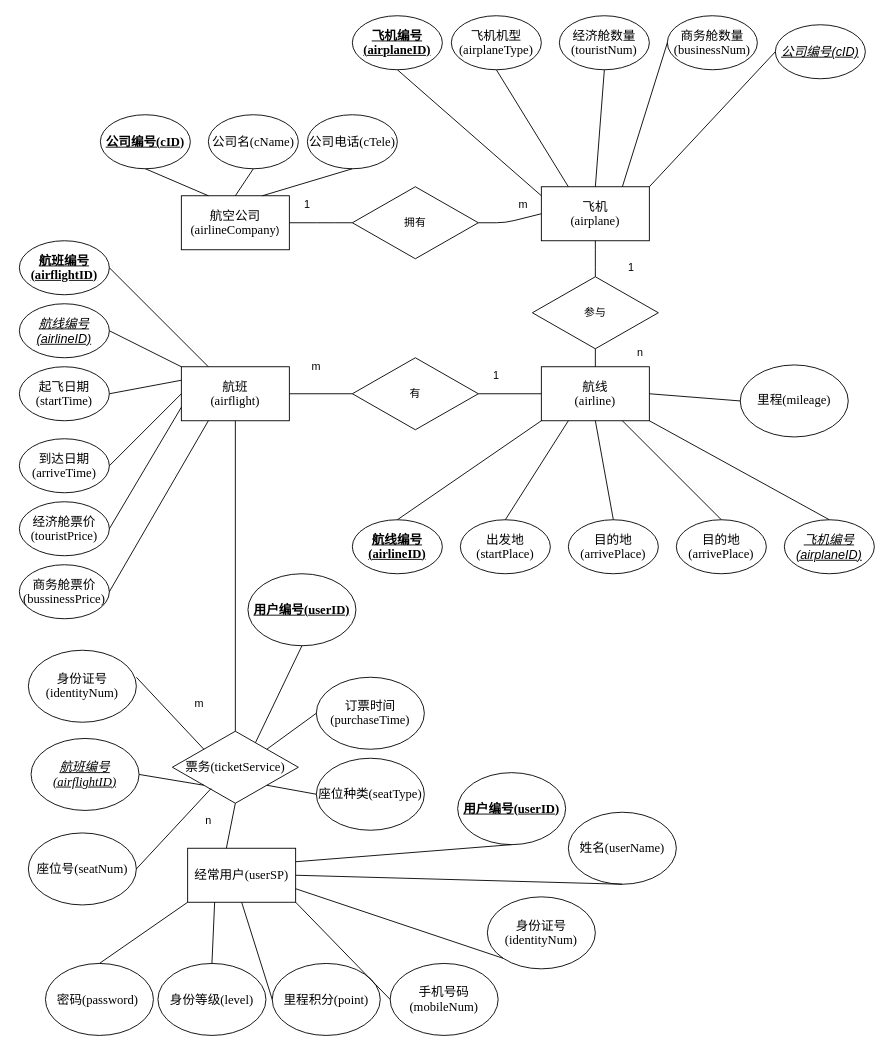
Dowlerrr/Dowlerrr.github.io keeps this draw.io diagram as page "Page-2" (2 of 3) of airflightsystem Diagram.drawio. Above is the earlier version. Source tidied: cells renumbered, new cells numbered last; positions are measured from the earlier drawing's top-left corner, leaving out a move shared by most shapes. Both pictures are drawn from the tidied source at 90%, with x=0, y=0 at pixel (19, 15).
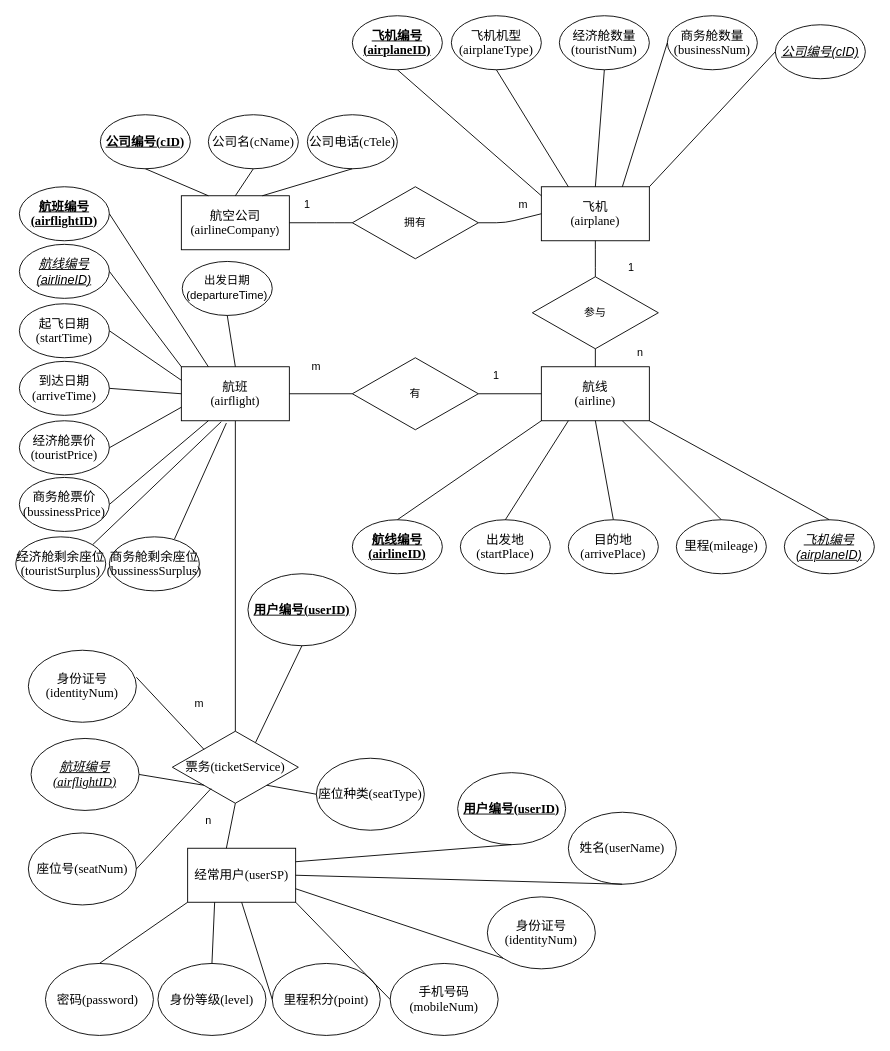
The same page after the edit.

Unchanged cells that the change refers to:
```xml
<mxCell id="3" value="&lt;span style=&quot;font-size: 10.5pt&quot;&gt;票务&lt;/span&gt;&lt;span lang=&quot;EN-US&quot; style=&quot;font-size: 10.5pt ; font-family: &amp;#34;times new roman&amp;#34; , serif&quot;&gt;(ticketService)&lt;/span&gt;" style="rhombus;whiteSpace=wrap;html=1;" parent="1" vertex="1">
  <mxGeometry x="170" y="795" width="140" height="80" as="geometry" />
</mxCell>
<mxCell id="32" value="&lt;span style=&quot;font-size: 10.5pt&quot;&gt;航线&lt;br&gt;&lt;/span&gt;&lt;span lang=&quot;EN-US&quot; style=&quot;font-size: 10.5pt ; font-family: &amp;#34;times new roman&amp;#34; , serif&quot;&gt;(airline)&lt;/span&gt;" style="whiteSpace=wrap;html=1;" parent="1" vertex="1">
  <mxGeometry x="580" y="390" width="120" height="60" as="geometry" />
</mxCell>
<mxCell id="33" value="&lt;span style=&quot;font-size: 10.5pt&quot;&gt;航班&lt;br&gt;&lt;/span&gt;&lt;span lang=&quot;EN-US&quot; style=&quot;font-size: 10.5pt ; font-family: &amp;#34;times new roman&amp;#34; , serif&quot;&gt;(airflight)&lt;/span&gt;" style="whiteSpace=wrap;html=1;" parent="1" vertex="1">
  <mxGeometry x="180" y="390" width="120" height="60" as="geometry" />
</mxCell>
```

The edit, as a diff of the source:
```diff
@@
-    <mxCell id="10" value="&lt;span style=&quot;font-size: 10.5pt&quot;&gt;订票时间&lt;/span&gt;&lt;span lang=&quot;EN-US&quot; style=&quot;font-size: 10.5pt ; font-family: &amp;#34;times new roman&amp;#34; , serif&quot;&gt;(purchaseTime)&lt;/span&gt;" style="ellipse;whiteSpace=wrap;html=1;" parent="1" vertex="1">
-      <mxGeometry x="330" y="735" width="120" height="80" as="geometry" />
-    </mxCell>
@@
-    <mxCell id="14" style="endArrow=none;html=1;entryX=0;entryY=0.5;entryDx=0;entryDy=0;exitX=1;exitY=0;exitDx=0;exitDy=0;" parent="1" edge="1" source="3" target="10">
-      <mxGeometry relative="1" as="geometry" />
-    </mxCell>
@@
-    <mxCell id="68" value="&lt;span style=&quot;font-size: 10.5pt&quot;&gt;目的地&lt;/span&gt;&lt;span lang=&quot;EN-US&quot; style=&quot;font-size: 10.5pt ; font-family: &amp;#34;times new roman&amp;#34; , serif&quot;&gt;(arrivePlace)&lt;/span&gt;" style="ellipse;whiteSpace=wrap;html=1;" parent="1" vertex="1">
+    <mxCell id="68" value="&lt;span style=&quot;font-family: &amp;#34;times new roman&amp;#34; , serif ; font-size: 14px&quot;&gt;里程(mileage)&lt;/span&gt;" style="ellipse;whiteSpace=wrap;html=1;" parent="1" vertex="1">
       <mxGeometry x="730" y="560" width="100" height="60" as="geometry" />
     </mxCell>
@@
     <mxCell id="75" value="&lt;b&gt;&lt;u&gt;&lt;span style=&quot;font-size: 10.5pt&quot;&gt;航班编号&lt;/span&gt;&lt;span lang=&quot;EN-US&quot; style=&quot;font-size: 10.5pt ; font-family: &amp;#34;times new roman&amp;#34; , serif&quot;&gt;(airflightID)&lt;/span&gt;&lt;/u&gt;&lt;/b&gt;" style="ellipse;whiteSpace=wrap;html=1;" parent="1" vertex="1">
-      <mxGeometry y="250" width="100" height="60" as="geometry" />
+      <mxGeometry y="190" width="100" height="60" as="geometry" />
     </mxCell>
     <mxCell id="76" value="&lt;i&gt;&lt;u&gt;&lt;span style=&quot;font-size: 10.5pt&quot;&gt;航线编号(airlineID)&lt;/span&gt;&lt;/u&gt;&lt;/i&gt;" style="ellipse;whiteSpace=wrap;html=1;" parent="1" vertex="1">
-      <mxGeometry y="320" width="100" height="60" as="geometry" />
+      <mxGeometry y="254" width="100" height="60" as="geometry" />
     </mxCell>
     <mxCell id="77" value="&lt;span style=&quot;font-size: 10.5pt&quot;&gt;起飞日期&lt;/span&gt;&lt;span lang=&quot;EN-US&quot; style=&quot;font-size: 10.5pt ; font-family: &amp;#34;times new roman&amp;#34; , serif&quot;&gt;(startTime)&lt;/span&gt;" style="ellipse;whiteSpace=wrap;html=1;" parent="1" vertex="1">
-      <mxGeometry y="390" width="100" height="60" as="geometry" />
+      <mxGeometry y="320" width="100" height="60" as="geometry" />
     </mxCell>
     <mxCell id="78" value="&lt;span style=&quot;font-size: 10.5pt&quot;&gt;到达日期&lt;/span&gt;&lt;span lang=&quot;EN-US&quot; style=&quot;font-size: 10.5pt ; font-family: &amp;#34;times new roman&amp;#34; , serif&quot;&gt;(arriveTime)&lt;/span&gt;" style="ellipse;whiteSpace=wrap;html=1;" parent="1" vertex="1">
-      <mxGeometry y="470" width="100" height="60" as="geometry" />
+      <mxGeometry y="384" width="100" height="60" as="geometry" />
     </mxCell>
     <mxCell id="79" value="&lt;span style=&quot;font-size: 10.5pt&quot;&gt;经济舱票价&lt;/span&gt;&lt;span lang=&quot;EN-US&quot; style=&quot;font-size: 10.5pt ; font-family: &amp;#34;times new roman&amp;#34; , serif&quot;&gt;(touristPrice)&lt;/span&gt;" style="ellipse;whiteSpace=wrap;html=1;" parent="1" vertex="1">
-      <mxGeometry y="540" width="100" height="60" as="geometry" />
+      <mxGeometry y="450" width="100" height="60" as="geometry" />
     </mxCell>
     <mxCell id="80" value="&lt;span style=&quot;font-size: 10.5pt&quot;&gt;商务舱票价&lt;/span&gt;&lt;span lang=&quot;EN-US&quot; style=&quot;font-size: 10.5pt ; font-family: &amp;#34;times new roman&amp;#34; , serif&quot;&gt;(bussinessPrice)&lt;/span&gt;" style="ellipse;whiteSpace=wrap;html=1;" parent="1" vertex="1">
-      <mxGeometry y="610" width="100" height="60" as="geometry" />
+      <mxGeometry y="513" width="100" height="60" as="geometry" />
     </mxCell>
@@
-    <mxCell id="91" value="&lt;span lang=&quot;EN-US&quot; style=&quot;font-size: 10.5pt ; font-family: &amp;#34;times new roman&amp;#34; , serif&quot;&gt;里程(mileage)&lt;/span&gt;" style="ellipse;whiteSpace=wrap;html=1;" parent="1" vertex="1">
-      <mxGeometry x="801" y="388" width="120" height="80" as="geometry" />
-    </mxCell>
-    <mxCell id="92" style="endArrow=none;html=1;entryX=0;entryY=0.5;entryDx=0;entryDy=0;exitX=1;exitY=0.5;exitDx=0;exitDy=0;" parent="1" edge="1" source="32" target="91">
-      <mxGeometry relative="1" as="geometry" />
-    </mxCell>
+    <mxCell id="93" value="&lt;span style=&quot;font-size: 10.5pt&quot;&gt;经济舱剩余座位&lt;/span&gt;&lt;span lang=&quot;EN-US&quot; style=&quot;font-size: 10.5pt ; font-family: &amp;#34;times new roman&amp;#34; , serif&quot;&gt;(touristSurplus)&lt;/span&gt;" style="ellipse;whiteSpace=wrap;html=1;" parent="1" vertex="1">
+      <mxGeometry x="-4" y="579" width="100" height="60" as="geometry" />
+    </mxCell>
+    <mxCell id="94" value="&lt;span style=&quot;font-size: 10.5pt&quot;&gt;商务舱剩余座位&lt;/span&gt;&lt;span lang=&quot;EN-US&quot; style=&quot;font-size: 10.5pt ; font-family: &amp;#34;times new roman&amp;#34; , serif&quot;&gt;(bussinessSurplus)&lt;/span&gt;" style="ellipse;whiteSpace=wrap;html=1;" parent="1" vertex="1">
+      <mxGeometry x="100" y="579" width="100" height="60" as="geometry" />
+    </mxCell>
+    <mxCell id="95" value="&lt;span style=&quot;font-size: 9.5pt&quot;&gt;出发日期&lt;span lang=&quot;EN-US&quot;&gt;(departureTime)&lt;/span&gt;&lt;/span&gt;" style="ellipse;whiteSpace=wrap;html=1;" parent="1" vertex="1">
+      <mxGeometry x="181" y="273" width="100" height="60" as="geometry" />
+    </mxCell>
+    <mxCell id="96" style="endArrow=none;html=1;exitX=1;exitY=0;exitDx=0;exitDy=0;entryX=0.37;entryY=1.017;entryDx=0;entryDy=0;entryPerimeter=0;" parent="1" edge="1" source="93" target="33">
+      <mxGeometry relative="1" as="geometry" />
+    </mxCell>
+    <mxCell id="97" style="endArrow=none;html=1;exitX=0.724;exitY=0.04;exitDx=0;exitDy=0;exitPerimeter=0;entryX=0.417;entryY=1.043;entryDx=0;entryDy=0;entryPerimeter=0;" parent="1" edge="1" source="94" target="33">
+      <mxGeometry relative="1" as="geometry" />
+    </mxCell>
+    <mxCell id="98" style="endArrow=none;html=1;entryX=0.5;entryY=1;entryDx=0;entryDy=0;exitX=0.5;exitY=0;exitDx=0;exitDy=0;" parent="1" edge="1" source="33" target="95">
+      <mxGeometry relative="1" as="geometry" />
+    </mxCell>
```
